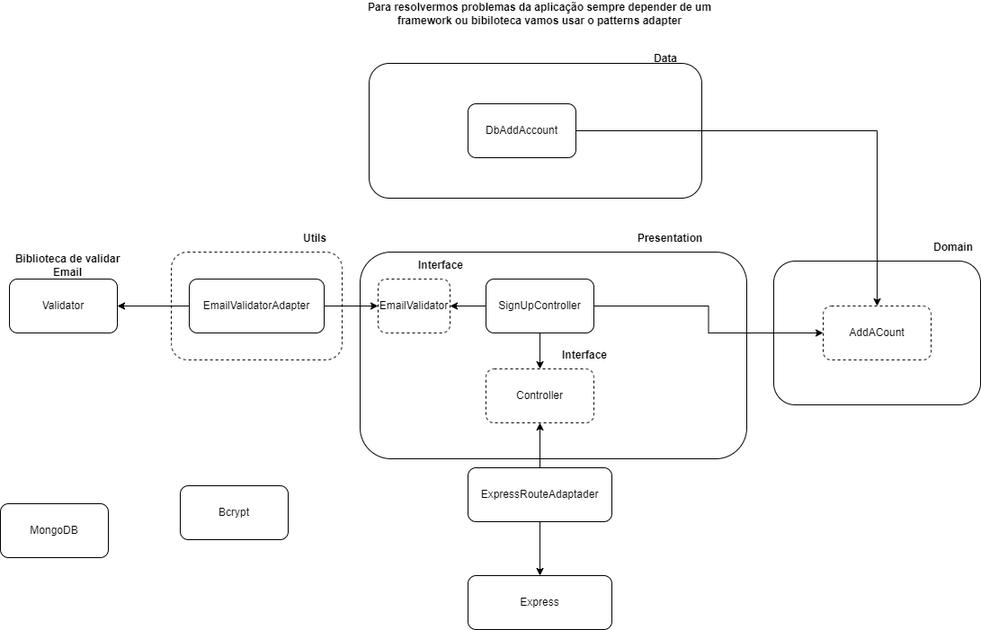
The draw.io diagram clean-node-api.drawio.png in jonathanGroupRoot/clean-node-api, before a commit. Source tidied: cells renumbered, new cells last; positions are measured from the earlier drawing's top-left corner, leaving out a move shared by most shapes.
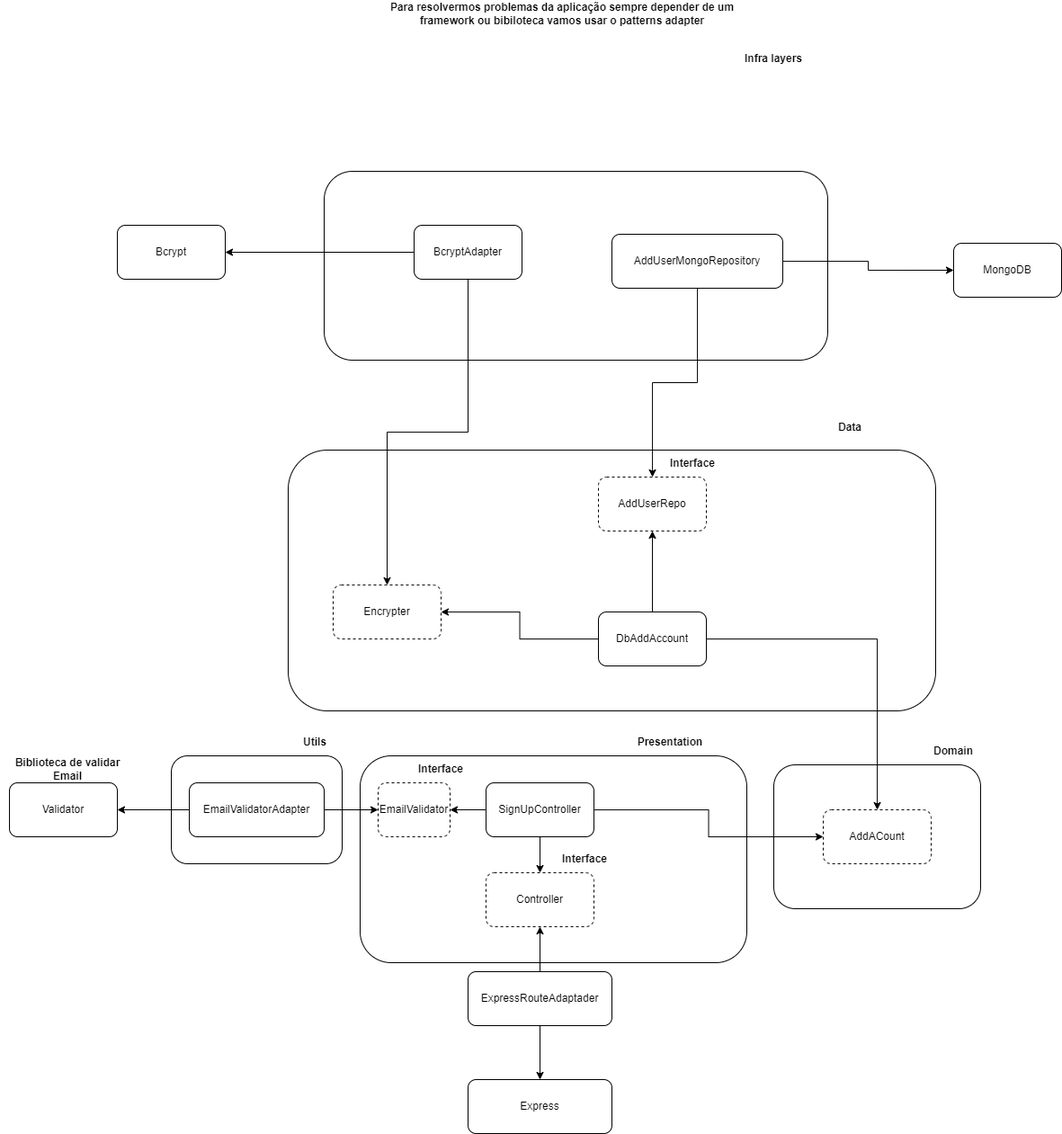
Above is the later version.

Diff of the diagram source:
```diff
@@ -5,17 +5,17 @@
     <mxCell id="2" style="rounded=1;whiteSpace=wrap;html=1;" parent="1" vertex="1">
       <mxGeometry x="860" y="290" width="230" height="160" as="geometry" />
     </mxCell>
-    <mxCell id="3" style="rounded=1;whiteSpace=wrap;html=1;dashed=1;" parent="1" vertex="1">
+    <mxCell id="3" style="rounded=1;whiteSpace=wrap;html=1;" parent="1" vertex="1">
       <mxGeometry x="190" y="280" width="190" height="120" as="geometry" />
     </mxCell>
     <mxCell id="4" value="MongoDB" style="rounded=1;whiteSpace=wrap;html=1;" parent="1" vertex="1">
-      <mxGeometry y="560" width="120" height="60" as="geometry" />
+      <mxGeometry x="1060" y="-290" width="120" height="60" as="geometry" />
     </mxCell>
     <mxCell id="5" value="Validator" style="rounded=1;whiteSpace=wrap;html=1;" parent="1" vertex="1">
       <mxGeometry x="10" y="310" width="120" height="60" as="geometry" />
     </mxCell>
     <mxCell id="6" value="Bcrypt" style="rounded=1;whiteSpace=wrap;html=1;" parent="1" vertex="1">
-      <mxGeometry x="200" y="540" width="120" height="60" as="geometry" />
+      <mxGeometry x="130" y="-310" width="120" height="60" as="geometry" />
     </mxCell>
     <mxCell id="7" style="edgeStyle=orthogonalEdgeStyle;rounded=0;jettySize=auto;html=1;" parent="1" edge="1" source="10" target="18">
       <mxGeometry relative="1" as="geometry" />
@@ -72,7 +72,7 @@
       <mxGeometry x="210" y="310" width="150" height="60" as="geometry" />
     </mxCell>
     <mxCell id="25" value="&lt;b&gt;Para resolvermos problemas da aplicação sempre depender de um framework ou bibiloteca vamos usar o patterns adapter&lt;/b&gt;" style="text;html=1;strokeColor=none;fillColor=none;align=center;verticalAlign=middle;whiteSpace=wrap;rounded=0;dashed=1;" parent="1" vertex="1">
-      <mxGeometry x="385" width="430" height="30" as="geometry" />
+      <mxGeometry x="410" y="-560" width="430" height="30" as="geometry" />
     </mxCell>
     <mxCell id="26" value="EmailValidator" style="rounded=1;whiteSpace=wrap;html=1;dashed=1;" parent="1" vertex="1">
       <mxGeometry x="420" y="310" width="80" height="60" as="geometry" />
@@ -89,17 +89,59 @@
     <mxCell id="30" value="&lt;b&gt;Domain&lt;/b&gt;" style="text;html=1;strokeColor=none;fillColor=none;align=center;verticalAlign=middle;whiteSpace=wrap;rounded=0;" parent="1" vertex="1">
       <mxGeometry x="1030" y="260" width="60" height="30" as="geometry" />
     </mxCell>
-    <mxCell id="31" value="&lt;b&gt;Data&lt;/b&gt;" style="text;html=1;strokeColor=none;fillColor=none;align=center;verticalAlign=middle;whiteSpace=wrap;rounded=0;" parent="1" vertex="1">
-      <mxGeometry x="710" y="50" width="60" height="30" as="geometry" />
+    <mxCell id="31" value="&lt;b&gt;Data Layers&lt;/b&gt;" style="text;html=1;strokeColor=none;fillColor=none;align=center;verticalAlign=middle;whiteSpace=wrap;rounded=0;" parent="1" vertex="1">
+      <mxGeometry x="680" y="40" width="90" height="30" as="geometry" />
     </mxCell>
     <mxCell id="32" style="rounded=1;whiteSpace=wrap;html=1;" parent="1" vertex="1">
-      <mxGeometry x="410" y="70" width="370" height="150" as="geometry" />
+      <mxGeometry x="320" y="-60" width="720" height="290" as="geometry" />
     </mxCell>
     <mxCell id="33" style="edgeStyle=orthogonalEdgeStyle;rounded=0;jettySize=auto;html=1;" parent="1" edge="1" source="34" target="29">
       <mxGeometry relative="1" as="geometry" />
     </mxCell>
+    <mxCell id="35" style="edgeStyle=orthogonalEdgeStyle;rounded=0;jettySize=auto;html=1;" parent="1" edge="1" source="34" target="42">
+      <mxGeometry relative="1" as="geometry" />
+    </mxCell>
+    <mxCell id="36" style="edgeStyle=orthogonalEdgeStyle;rounded=0;jettySize=auto;html=1;entryX=0.5;entryY=1;entryDx=0;entryDy=0;" parent="1" edge="1" source="34" target="46">
+      <mxGeometry relative="1" as="geometry" />
+    </mxCell>
     <mxCell id="34" value="DbAddAccount" style="rounded=1;whiteSpace=wrap;html=1;" parent="1" vertex="1">
-      <mxGeometry x="520" y="115" width="120" height="60" as="geometry" />
+      <mxGeometry x="665" y="120" width="120" height="60" as="geometry" />
     </mxCell>
+    <mxCell id="37" style="rounded=1;whiteSpace=wrap;html=1;" parent="1" vertex="1">
+      <mxGeometry x="360" y="-370" width="560" height="210" as="geometry" />
+    </mxCell>
+    <mxCell id="38" value="&lt;b&gt;Infra layers&lt;/b&gt;" style="text;html=1;strokeColor=none;fillColor=none;align=center;verticalAlign=middle;whiteSpace=wrap;rounded=0;" parent="1" vertex="1">
+      <mxGeometry x="820" y="-510" width="80" height="30" as="geometry" />
+    </mxCell>
+    <mxCell id="39" style="edgeStyle=orthogonalEdgeStyle;rounded=0;jettySize=auto;html=1;entryX=1;entryY=0.5;entryDx=0;entryDy=0;" parent="1" edge="1" source="41" target="6">
+      <mxGeometry relative="1" as="geometry" />
+    </mxCell>
+    <mxCell id="40" style="edgeStyle=orthogonalEdgeStyle;rounded=0;jettySize=auto;html=1;" parent="1" edge="1" source="41" target="42">
+      <mxGeometry relative="1" as="geometry" />
+    </mxCell>
+    <mxCell id="41" value="BcryptAdapter" style="rounded=1;whiteSpace=wrap;html=1;" parent="1" vertex="1">
+      <mxGeometry x="460" y="-310" width="120" height="60" as="geometry" />
+    </mxCell>
+    <mxCell id="42" value="Encrypter" style="rounded=1;whiteSpace=wrap;html=1;dashed=1;" parent="1" vertex="1">
+      <mxGeometry x="370" y="90" width="120" height="60" as="geometry" />
+    </mxCell>
+    <mxCell id="43" style="edgeStyle=orthogonalEdgeStyle;rounded=0;jettySize=auto;html=1;entryX=0;entryY=0.5;entryDx=0;entryDy=0;" parent="1" edge="1" source="45" target="4">
+      <mxGeometry relative="1" as="geometry" />
+    </mxCell>
+    <mxCell id="44" style="edgeStyle=orthogonalEdgeStyle;rounded=0;jettySize=auto;html=1;" parent="1" edge="1" source="45" target="46">
+      <mxGeometry relative="1" as="geometry" />
+    </mxCell>
+    <mxCell id="45" value="AddUserMongoRepository" style="rounded=1;whiteSpace=wrap;html=1;" parent="1" vertex="1">
+      <mxGeometry x="680" y="-300" width="190" height="60" as="geometry" />
+    </mxCell>
+    <mxCell id="46" value="AddUserRepo" style="rounded=1;whiteSpace=wrap;html=1;dashed=1;" parent="1" vertex="1">
+      <mxGeometry x="665" y="-30" width="120" height="60" as="geometry" />
+    </mxCell>
+    <mxCell id="47" value="&lt;b&gt;Data&lt;/b&gt;" style="text;html=1;strokeColor=none;fillColor=none;align=center;verticalAlign=middle;whiteSpace=wrap;rounded=0;dashed=1;" parent="1" vertex="1">
+      <mxGeometry x="915" y="-100" width="60" height="30" as="geometry" />
+    </mxCell>
+    <mxCell id="48" value="&lt;b&gt;Interface&lt;/b&gt;" style="text;html=1;strokeColor=none;fillColor=none;align=center;verticalAlign=middle;whiteSpace=wrap;rounded=0;dashed=1;" parent="1" vertex="1">
+      <mxGeometry x="740" y="-60" width="60" height="30" as="geometry" />
+    </mxCell>
   </root>
 </mxGraphModel>
```
